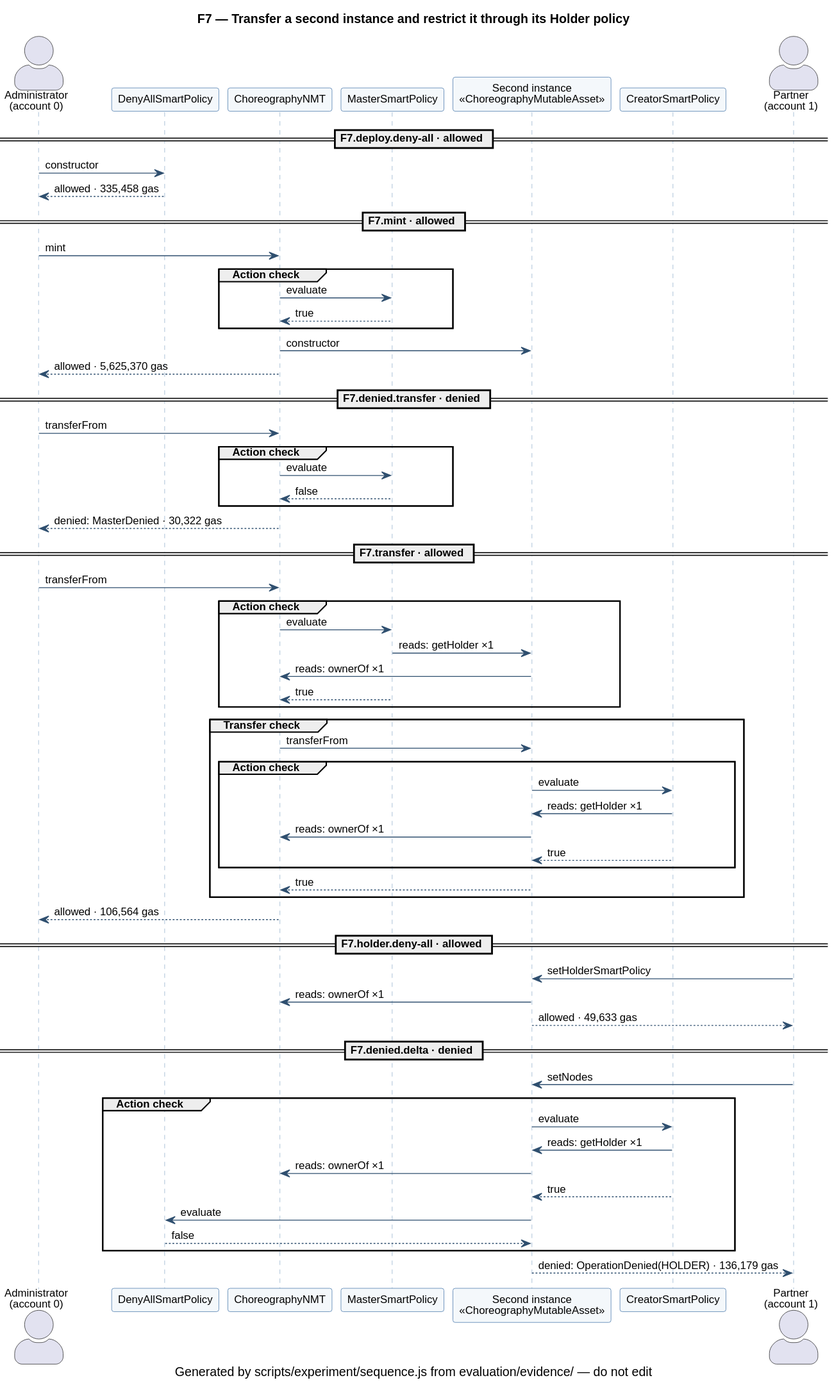
Above: evaluation/evidence/uml/F7.svg in d0na/ChorNMT (PlantUML), before the change. Source of this version:
```plantuml
@startuml
skinparam shadowing false
skinparam defaultFontName Helvetica
skinparam defaultFontSize 12
skinparam actorStyle awesome
skinparam packageStyle rectangle
skinparam usecase {
  BackgroundColor #F4F8FB
  BorderColor #3A6EA5
}
skinparam sequence {
  ParticipantBackgroundColor #F4F8FB
  ParticipantBorderColor #3A6EA5
  LifeLineBorderColor #8AA9C8
  ArrowColor #2F4F6F
}
skinparam note {
  BackgroundColor #FFF8DC
  BorderColor #C9A227
}
title F7 — Transfer a second instance and restrict it through its Holder policy
caption Generated by scripts/experiment/sequence.js from evaluation/evidence/ — do not edit
actor "Administrator\n(account 0)" as A0
participant "DenyAllSmartPolicy" as C19
participant "ChoreographyNMT" as C5
participant "MasterSmartPolicy" as C0
participant "Second instance\n<<ChoreographyMutableAsset>>" as C20
participant "CreatorSmartPolicy" as C1
actor "Partner\n(account 1)" as A1
== F7.deploy.deny-all · allowed ==
A0 -> C19 : constructor
C19 --> A0 : allowed · 335,458 gas
== F7.mint · allowed ==
A0 -> C5 : mint
group Action check
C5 -> C0 : evaluate
C0 --> C5 : true
end
C5 -> C20 : constructor
C5 --> A0 : allowed · 5,625,370 gas
== F7.denied.transfer · denied ==
A0 -> C5 : transferFrom
group Action check
C5 -> C0 : evaluate
C0 --> C5 : false
end
C5 --> A0 : denied: MasterDenied · 30,322 gas
== F7.transfer · allowed ==
A0 -> C5 : transferFrom
group Action check
C5 -> C0 : evaluate
C0 -> C20 : reads: getHolder ×1
C20 -> C5 : reads: ownerOf ×1
C0 --> C5 : true
end
group Transfer check
C5 -> C20 : transferFrom
group Action check
C20 -> C1 : evaluate
C1 -> C20 : reads: getHolder ×1
C20 -> C5 : reads: ownerOf ×1
C1 --> C20 : true
end
C20 --> C5 : true
end
C5 --> A0 : allowed · 106,564 gas
== F7.holder.deny-all · allowed ==
A1 -> C20 : setHolderSmartPolicy
C20 -> C5 : reads: ownerOf ×1
C20 --> A1 : allowed · 49,633 gas
== F7.denied.delta · denied ==
A1 -> C20 : setNodes
group Action check
C20 -> C1 : evaluate
C1 -> C20 : reads: getHolder ×1
C20 -> C5 : reads: ownerOf ×1
C1 --> C20 : true
C20 -> C19 : evaluate
C19 --> C20 : false
end
C20 --> A1 : denied: OperationDenied(HOLDER) · 136,179 gas
@enduml
```
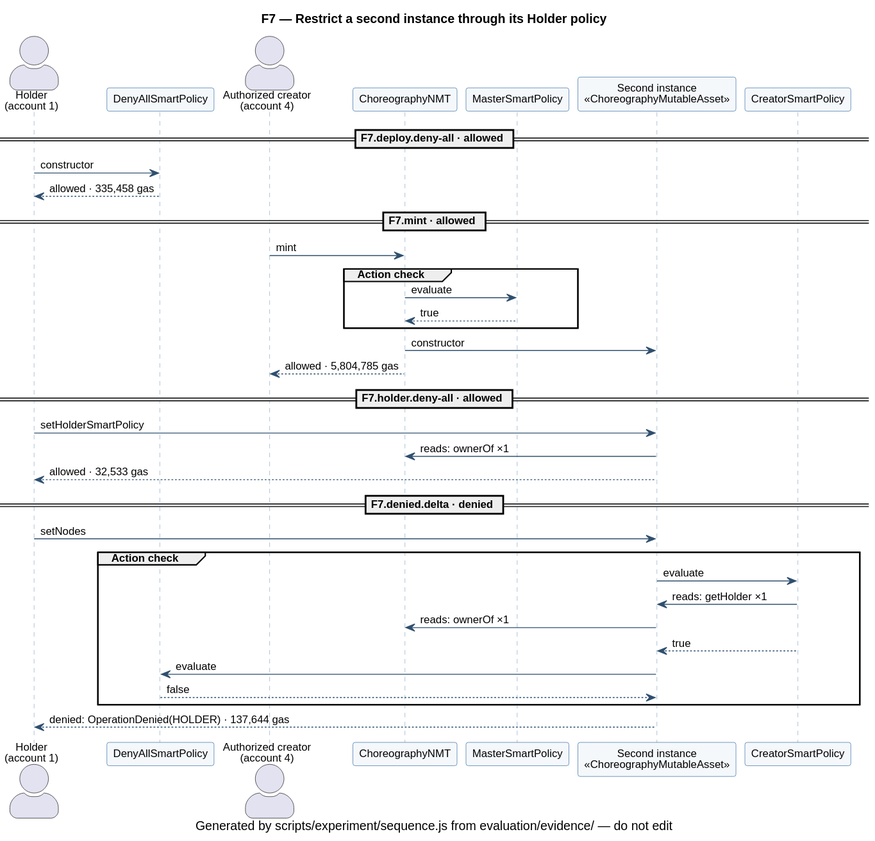
After the commit.

Diff of the diagram source:
```diff
@@ -18,65 +18,39 @@
   BackgroundColor #FFF8DC
   BorderColor #C9A227
 }
-title F7 — Transfer a second instance and restrict it through its Holder policy
+title F7 — Restrict a second instance through its Holder policy
 caption Generated by scripts/experiment/sequence.js from evaluation/evidence/ — do not edit
-actor "Administrator\n(account 0)" as A0
-participant "DenyAllSmartPolicy" as C19
+actor "Holder\n(account 1)" as A1
+participant "DenyAllSmartPolicy" as C33
+actor "Authorized creator\n(account 4)" as A4
 participant "ChoreographyNMT" as C5
 participant "MasterSmartPolicy" as C0
-participant "Second instance\n<<ChoreographyMutableAsset>>" as C20
+participant "Second instance\n<<ChoreographyMutableAsset>>" as C34
 participant "CreatorSmartPolicy" as C1
-actor "Partner\n(account 1)" as A1
 == F7.deploy.deny-all · allowed ==
-A0 -> C19 : constructor
-C19 --> A0 : allowed · 335,458 gas
+A1 -> C33 : constructor
+C33 --> A1 : allowed · 335,458 gas
 == F7.mint · allowed ==
-A0 -> C5 : mint
+A4 -> C5 : mint
 group Action check
 C5 -> C0 : evaluate
 C0 --> C5 : true
 end
-C5 -> C20 : constructor
-C5 --> A0 : allowed · 5,625,370 gas
-== F7.denied.transfer · denied ==
-A0 -> C5 : transferFrom
+C5 -> C34 : constructor
+C5 --> A4 : allowed · 5,804,785 gas
+== F7.holder.deny-all · allowed ==
+A1 -> C34 : setHolderSmartPolicy
+C34 -> C5 : reads: ownerOf ×1
+C34 --> A1 : allowed · 32,533 gas
+== F7.denied.delta · denied ==
+A1 -> C34 : setNodes
 group Action check
-C5 -> C0 : evaluate
-C0 --> C5 : false
+C34 -> C1 : evaluate
+C1 -> C34 : reads: getHolder ×1
+C34 -> C5 : reads: ownerOf ×1
+C1 --> C34 : true
+C34 -> C33 : evaluate
+C33 --> C34 : false
 end
-C5 --> A0 : denied: MasterDenied · 30,322 gas
-== F7.transfer · allowed ==
-A0 -> C5 : transferFrom
-group Action check
-C5 -> C0 : evaluate
-C0 -> C20 : reads: getHolder ×1
-C20 -> C5 : reads: ownerOf ×1
-C0 --> C5 : true
-end
-group Transfer check
-C5 -> C20 : transferFrom
-group Action check
-C20 -> C1 : evaluate
-C1 -> C20 : reads: getHolder ×1
-C20 -> C5 : reads: ownerOf ×1
-C1 --> C20 : true
-end
-C20 --> C5 : true
-end
-C5 --> A0 : allowed · 106,564 gas
-== F7.holder.deny-all · allowed ==
-A1 -> C20 : setHolderSmartPolicy
-C20 -> C5 : reads: ownerOf ×1
-C20 --> A1 : allowed · 49,633 gas
-== F7.denied.delta · denied ==
-A1 -> C20 : setNodes
-group Action check
-C20 -> C1 : evaluate
-C1 -> C20 : reads: getHolder ×1
-C20 -> C5 : reads: ownerOf ×1
-C1 --> C20 : true
-C20 -> C19 : evaluate
-C19 --> C20 : false
-end
-C20 --> A1 : denied: OperationDenied(HOLDER) · 136,179 gas
+C34 --> A1 : denied: OperationDenied(HOLDER) · 137,644 gas
 @enduml
```
